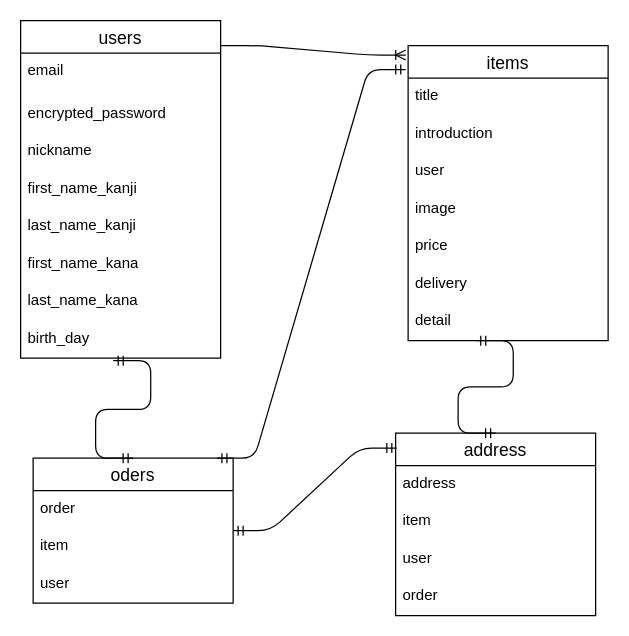
The draw.io diagram ER図.dio in 0zone-k/furima-41745, before the edit. Source tidied: cells renumbered, new cells numbered last; positions are measured from the earlier drawing's top-left corner, leaving out a move shared by most shapes. Both pictures are drawn from the tidied source at 125%, with x=0, y=0 at pixel (20, 20).
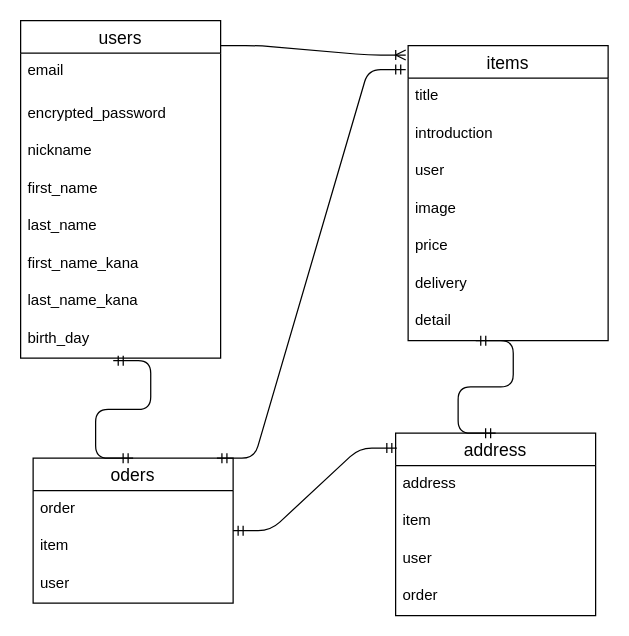
Above is the later version.

Commit message (it also covers changes not shown here):
データベース設計

The change refers to these unchanged cells:
```xml
<mxCell id="2" value="users" style="swimlane;fontStyle=0;horizontal=1;startSize=26;align=center;fontSize=14;" parent="1" vertex="1">
  <mxGeometry width="160" height="270" as="geometry" />
</mxCell>
```

The edit, as a diff of the source:
```diff
@@
-    <mxCell id="6" value="first_name_kanji" style="text;strokeColor=none;fillColor=none;spacingLeft=4;spacingRight=4;overflow=hidden;fontSize=12;" parent="2" vertex="1">
+    <mxCell id="6" value="first_name" style="text;strokeColor=none;fillColor=none;spacingLeft=4;spacingRight=4;overflow=hidden;fontSize=12;" parent="2" vertex="1">
       <mxGeometry y="120" width="160" height="30" as="geometry" />
     </mxCell>
-    <mxCell id="7" value="last_name_kanji" style="text;strokeColor=none;fillColor=none;spacingLeft=4;spacingRight=4;overflow=hidden;fontSize=12;" parent="2" vertex="1">
+    <mxCell id="7" value="last_name" style="text;strokeColor=none;fillColor=none;spacingLeft=4;spacingRight=4;overflow=hidden;fontSize=12;" parent="2" vertex="1">
       <mxGeometry y="150" width="160" height="30" as="geometry" />
     </mxCell>
```
